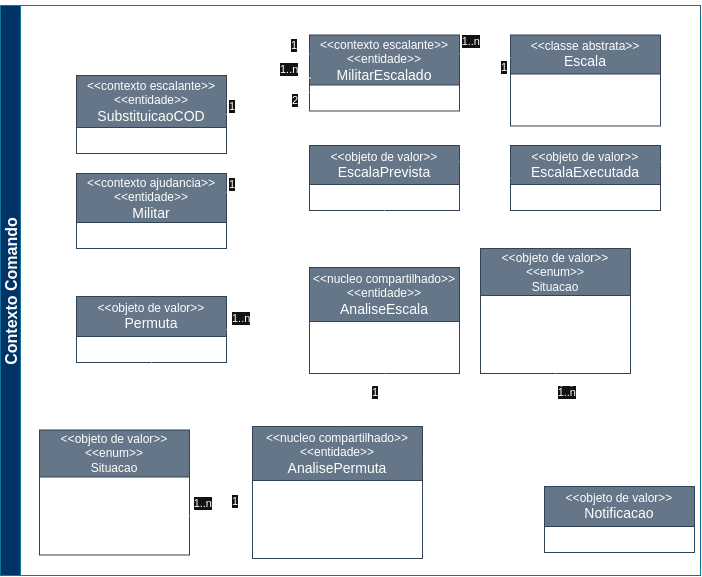
This is docs/diagramas/img/DiagramaUMLComando.png from joaoAaf/escalante-ddd, a draw.io export, as it was before one commit. Source tidied: cells renumbered, new cells last; positions are measured from the earlier drawing's top-left corner, leaving out a move shared by most shapes.
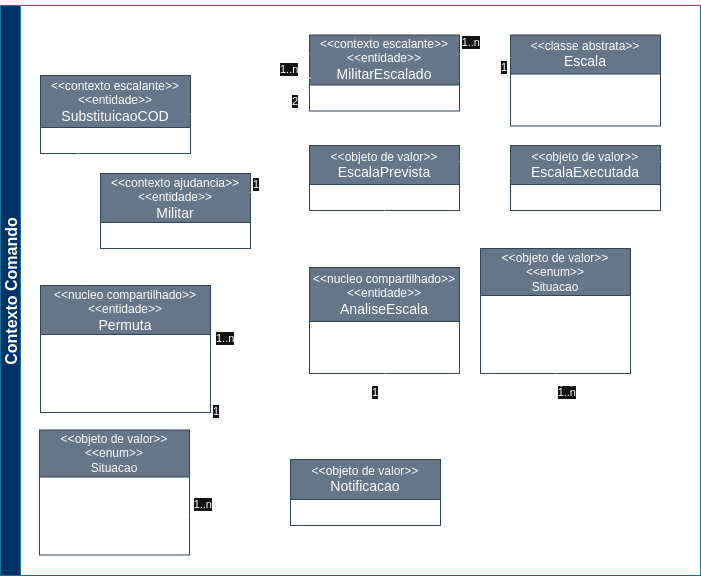
Above is the later version.

Diff of the diagram source:
```diff
@@ -8,13 +8,22 @@
     <mxCell id="3" value="&lt;div&gt;&amp;lt;&amp;lt;objeto de valor&amp;gt;&amp;gt;&lt;br&gt;&lt;font style=&quot;font-size: 14px;&quot;&gt;EscalaPrevista&lt;/font&gt;&lt;/div&gt;" style="swimlane;fontStyle=0;horizontal=1;startSize=39;fillColor=#647687;whiteSpace=wrap;html=1;fontColor=#ffffff;strokeColor=#314354;" parent="1" vertex="1">
       <mxGeometry x="309" y="140" width="150" height="65" as="geometry" />
     </mxCell>
-    <mxCell id="4" value="&lt;div&gt;&amp;lt;&amp;lt;objeto de valor&amp;gt;&amp;gt;&lt;br&gt;&lt;font style=&quot;font-size: 14px;&quot;&gt;Permuta&lt;/font&gt;&lt;/div&gt;" style="swimlane;fontStyle=0;horizontal=1;startSize=40;fillColor=#647687;whiteSpace=wrap;html=1;fontColor=#ffffff;strokeColor=#314354;" parent="1" vertex="1">
-      <mxGeometry x="76" y="291" width="150" height="66" as="geometry" />
+    <mxCell id="4" value="&lt;div&gt;&amp;lt;&amp;lt;nucleo compartilhado&amp;gt;&amp;gt;&lt;/div&gt;&amp;lt;&amp;lt;entidade&amp;gt;&amp;gt;&lt;br&gt;&lt;div&gt;&lt;font style=&quot;font-size: 14px;&quot;&gt;Permuta&lt;/font&gt;&lt;/div&gt;" style="swimlane;fontStyle=0;horizontal=1;startSize=49;fillColor=#647687;whiteSpace=wrap;html=1;fontColor=#ffffff;strokeColor=#314354;" parent="1" vertex="1">
+      <mxGeometry x="40" y="280" width="170" height="127" as="geometry" />
     </mxCell>
+    <mxCell id="10" value="- id: Long &amp;lt;&amp;lt;id&amp;gt;&amp;gt;" style="text;strokeColor=none;fillColor=none;align=left;verticalAlign=top;spacingLeft=4;spacingRight=4;overflow=hidden;whiteSpace=wrap;html=1;" parent="4" vertex="1">
+      <mxGeometry y="49" width="170" height="26" as="geometry" />
+    </mxCell>
+    <mxCell id="11" value="- situacaoMilitar: Situacao" style="text;strokeColor=none;fillColor=none;align=left;verticalAlign=top;spacingLeft=4;spacingRight=4;overflow=hidden;points=[[0,0.5],[1,0.5]];portConstraint=eastwest;whiteSpace=wrap;html=1;" parent="4" vertex="1">
+      <mxGeometry y="75" width="170" height="26" as="geometry" />
+    </mxCell>
+    <mxCell id="12" value="- situacaoComando: Situacao" style="text;strokeColor=none;fillColor=none;align=left;verticalAlign=top;spacingLeft=4;spacingRight=4;overflow=hidden;points=[[0,0.5],[1,0.5]];portConstraint=eastwest;whiteSpace=wrap;html=1;" parent="4" vertex="1">
+      <mxGeometry y="101" width="170" height="26" as="geometry" />
+    </mxCell>
     <mxCell id="5" style="endArrow=none;html=1;endSize=12;startArrow=none;startSize=14;startFill=0;edgeStyle=orthogonalEdgeStyle;rounded=0;exitX=1;exitY=0.5;exitDx=0;exitDy=0;entryX=0;entryY=0.75;entryDx=0;entryDy=0;" parent="1" edge="1" source="4" target="2">
       <mxGeometry relative="1" as="geometry">
         <Array as="points">
-          <mxPoint x="280" y="324" />
+          <mxPoint x="280" y="343" />
           <mxPoint x="280" y="87" />
           <mxPoint x="309" y="87" />
         </Array>
@@ -33,18 +42,6 @@
     <mxCell id="8" value="&lt;div&gt;&amp;lt;&amp;lt;objeto de valor&amp;gt;&amp;gt;&lt;br&gt;&lt;font style=&quot;font-size: 14px;&quot;&gt;EscalaExecutada&lt;/font&gt;&lt;/div&gt;" style="swimlane;fontStyle=0;horizontal=1;startSize=39;fillColor=#647687;whiteSpace=wrap;html=1;fontColor=#ffffff;strokeColor=#314354;" parent="1" vertex="1">
       <mxGeometry x="510" y="140" width="150" height="65" as="geometry" />
     </mxCell>
-    <mxCell id="9" value="&lt;div&gt;&lt;div&gt;&lt;div&gt;&lt;div&gt;&amp;lt;&amp;lt;nucleo compartilhado&amp;gt;&amp;gt;&lt;/div&gt;&lt;/div&gt;&lt;/div&gt;&lt;/div&gt;&lt;div&gt;&amp;lt;&amp;lt;entidade&amp;gt;&amp;gt;&lt;br&gt;&lt;font style=&quot;font-size: 14px;&quot;&gt;AnalisePermuta&lt;/font&gt;&lt;/div&gt;" style="swimlane;fontStyle=0;horizontal=1;startSize=54;fillColor=#647687;whiteSpace=wrap;html=1;fontColor=#ffffff;strokeColor=#314354;" parent="1" vertex="1">
-      <mxGeometry x="252" y="421" width="170" height="132" as="geometry" />
-    </mxCell>
-    <mxCell id="10" value="- id: Long &amp;lt;&amp;lt;id&amp;gt;&amp;gt;" style="text;strokeColor=none;fillColor=none;align=left;verticalAlign=top;spacingLeft=4;spacingRight=4;overflow=hidden;whiteSpace=wrap;html=1;" parent="9" vertex="1">
-      <mxGeometry y="54" width="170" height="26" as="geometry" />
-    </mxCell>
-    <mxCell id="11" value="- situacaoMilitar: Situacao" style="text;strokeColor=none;fillColor=none;align=left;verticalAlign=top;spacingLeft=4;spacingRight=4;overflow=hidden;points=[[0,0.5],[1,0.5]];portConstraint=eastwest;whiteSpace=wrap;html=1;" parent="9" vertex="1">
-      <mxGeometry y="80" width="170" height="26" as="geometry" />
-    </mxCell>
-    <mxCell id="12" value="- situacaoComando: Situacao" style="text;strokeColor=none;fillColor=none;align=left;verticalAlign=top;spacingLeft=4;spacingRight=4;overflow=hidden;points=[[0,0.5],[1,0.5]];portConstraint=eastwest;whiteSpace=wrap;html=1;" parent="9" vertex="1">
-      <mxGeometry y="106" width="170" height="26" as="geometry" />
-    </mxCell>
     <mxCell id="13" value="&amp;lt;&amp;lt;objeto de valor&amp;gt;&amp;gt;&lt;br&gt;&amp;lt;&amp;lt;enum&amp;gt;&amp;gt;&lt;br&gt;Situacao" style="swimlane;fontStyle=0;horizontal=1;startSize=47;fillColor=#647687;whiteSpace=wrap;html=1;fontColor=#ffffff;strokeColor=#314354;" parent="1" vertex="1">
       <mxGeometry x="39" y="424.5" width="150" height="125" as="geometry" />
     </mxCell>
@@ -57,12 +54,17 @@
     <mxCell id="16" value="&lt;div&gt;- AGUARDANDO: Enum&lt;/div&gt;" style="text;strokeColor=none;fillColor=none;align=left;verticalAlign=top;spacingLeft=4;spacingRight=4;overflow=hidden;whiteSpace=wrap;html=1;" parent="13" vertex="1">
       <mxGeometry y="99" width="150" height="26" as="geometry" />
     </mxCell>
-    <mxCell id="17" style="endArrow=none;html=1;endSize=12;startArrow=diamondThin;startSize=14;startFill=0;edgeStyle=orthogonalEdgeStyle;rounded=0;entryX=1;entryY=0.5;entryDx=0;entryDy=0;" parent="1" edge="1" source="9" target="15">
-      <mxGeometry relative="1" as="geometry" />
+    <mxCell id="17" style="endArrow=none;html=1;endSize=12;startArrow=diamondThin;startSize=14;startFill=0;edgeStyle=orthogonalEdgeStyle;rounded=0;entryX=1;entryY=0.5;entryDx=0;entryDy=0;exitX=1;exitY=0.5;exitDx=0;exitDy=0;" parent="1" edge="1" source="12" target="15">
+      <mxGeometry relative="1" as="geometry">
+        <Array as="points">
+          <mxPoint x="240" y="394" />
+          <mxPoint x="240" y="511" />
+        </Array>
+      </mxGeometry>
     </mxCell>
     <mxCell id="18" value="1" style="edgeLabel;html=1;align=left;verticalAlign=top;" parent="17" vertex="1">
       <mxGeometry x="-1" relative="1" as="geometry">
-        <mxPoint x="-22" y="-4" as="offset" />
+        <mxPoint x="1" y="-1" as="offset" />
       </mxGeometry>
     </mxCell>
     <mxCell id="19" value="&lt;div&gt;1..n&lt;/div&gt;" style="edgeLabel;html=1;align=right;verticalAlign=top;" parent="17" vertex="1">
@@ -70,11 +72,8 @@
         <mxPoint x="23" y="-25" as="offset" />
       </mxGeometry>
     </mxCell>
-    <mxCell id="20" style="endArrow=none;html=1;endSize=12;startArrow=diamondThin;startSize=14;startFill=1;edgeStyle=orthogonalEdgeStyle;rounded=0;exitX=0.5;exitY=0;exitDx=0;exitDy=0;" parent="1" edge="1" source="9" target="4">
-      <mxGeometry relative="1" as="geometry" />
-    </mxCell>
     <mxCell id="21" value="&lt;div&gt;&lt;div&gt;&amp;lt;&amp;lt;contexto ajudancia&amp;gt;&amp;gt;&lt;/div&gt;&lt;/div&gt;&amp;lt;&amp;lt;entidade&amp;gt;&amp;gt;&lt;br&gt;&lt;font style=&quot;font-size: 14px;&quot;&gt;Militar&lt;/font&gt;" style="swimlane;fontStyle=0;horizontal=1;startSize=49;fillColor=#647687;whiteSpace=wrap;html=1;fontColor=#ffffff;strokeColor=#314354;" parent="1" vertex="1">
-      <mxGeometry x="76" y="168" width="150" height="75" as="geometry" />
+      <mxGeometry x="100" y="168" width="150" height="75" as="geometry" />
     </mxCell>
     <mxCell id="22" value="&lt;div&gt;&lt;div&gt;&lt;div&gt;&lt;div&gt;&amp;lt;&amp;lt;nucleo compartilhado&amp;gt;&amp;gt;&lt;/div&gt;&lt;/div&gt;&lt;/div&gt;&lt;/div&gt;&lt;div&gt;&amp;lt;&amp;lt;entidade&amp;gt;&amp;gt;&lt;br&gt;&lt;font style=&quot;font-size: 14px;&quot;&gt;AnaliseEscala&lt;/font&gt;&lt;/div&gt;" style="swimlane;fontStyle=0;horizontal=1;startSize=54;fillColor=#647687;whiteSpace=wrap;html=1;fontColor=#ffffff;strokeColor=#314354;" parent="1" vertex="1">
       <mxGeometry x="309" y="262" width="150" height="106" as="geometry" />
@@ -118,14 +117,6 @@
         <mxPoint x="21" y="6" as="offset" />
       </mxGeometry>
     </mxCell>
-    <mxCell id="33" style="endArrow=none;html=1;endSize=12;startArrow=open;startSize=14;startFill=0;edgeStyle=orthogonalEdgeStyle;rounded=0;entryX=1;entryY=0.75;entryDx=0;entryDy=0;dashed=1;exitX=1;exitY=0.25;exitDx=0;exitDy=0;" parent="1" edge="1" source="9" target="8">
-      <mxGeometry relative="1" as="geometry">
-        <Array as="points">
-          <mxPoint x="670" y="454" />
-          <mxPoint x="670" y="189" />
-        </Array>
-      </mxGeometry>
-    </mxCell>
     <mxCell id="34" value="&lt;div&gt;&amp;lt;&amp;lt;classe abstrata&amp;gt;&amp;gt;&lt;/div&gt;&lt;div&gt;&lt;font style=&quot;font-size: 14px;&quot;&gt;Escala&lt;/font&gt;&lt;/div&gt;" style="swimlane;fontStyle=0;horizontal=1;startSize=39;fillColor=#647687;whiteSpace=wrap;html=1;fontColor=#ffffff;strokeColor=#314354;" parent="1" vertex="1">
       <mxGeometry x="510" y="29.5" width="150" height="91" as="geometry" />
     </mxCell>
@@ -157,12 +148,17 @@
       </mxGeometry>
     </mxCell>
     <mxCell id="41" value="&lt;div&gt;&amp;lt;&amp;lt;objeto de valor&amp;gt;&amp;gt;&lt;br&gt;&lt;font style=&quot;font-size: 14px;&quot;&gt;Notificacao&lt;/font&gt;&lt;/div&gt;" style="swimlane;fontStyle=0;horizontal=1;startSize=40;fillColor=#647687;whiteSpace=wrap;html=1;fontColor=#ffffff;strokeColor=#314354;" parent="1" vertex="1">
-      <mxGeometry x="544" y="481" width="150" height="66" as="geometry" />
+      <mxGeometry x="290" y="454" width="150" height="66" as="geometry" />
     </mxCell>
     <mxCell id="42" style="endArrow=none;html=1;endSize=12;startArrow=open;startSize=14;startFill=0;edgeStyle=orthogonalEdgeStyle;rounded=0;entryX=0;entryY=0.5;entryDx=0;entryDy=0;dashed=1;exitX=1;exitY=0.5;exitDx=0;exitDy=0;" parent="1" edge="1" source="11" target="41">
-      <mxGeometry relative="1" as="geometry" />
+      <mxGeometry relative="1" as="geometry">
+        <Array as="points">
+          <mxPoint x="260" y="368" />
+          <mxPoint x="260" y="487" />
+        </Array>
+      </mxGeometry>
     </mxCell>
-    <mxCell id="43" value="Contexto Comando" style="swimlane;startSize=20;horizontal=0;horizontalTree=1;sortEdges=1;containerType=tree;fontSize=16;fillColor=#003366;strokeColor=#10739e;fillStyle=auto;" parent="1" vertex="1">
+    <mxCell id="43" value="Contexto Comando" style="swimlane;startSize=20;horizontal=0;horizontalTree=1;sortEdges=1;containerType=tree;fontSize=16;fillColor=#003366;strokeColor=#10739e;fillStyle=auto;fontColor=#FFFFFF;" parent="1" vertex="1">
       <mxGeometry width="700" height="570" as="geometry" />
     </mxCell>
     <mxCell id="44" style="endArrow=none;dashed=1;html=1;dashPattern=1 4;strokeWidth=2;rounded=0;" parent="1" edge="1">
@@ -192,19 +188,19 @@
     <mxCell id="48" style="endArrow=none;dashed=1;html=1;dashPattern=1 4;strokeWidth=2;rounded=0;" parent="1" edge="1">
       <mxGeometry relative="1" as="geometry">
         <mxPoint x="30" y="560" as="sourcePoint" />
-        <mxPoint x="30" y="271" as="targetPoint" />
+        <mxPoint x="30" y="260" as="targetPoint" />
       </mxGeometry>
     </mxCell>
     <mxCell id="49" style="endArrow=none;dashed=1;html=1;dashPattern=1 4;strokeWidth=2;rounded=0;" parent="1" edge="1">
       <mxGeometry relative="1" as="geometry">
-        <mxPoint x="270" y="280" as="sourcePoint" />
-        <mxPoint x="21" y="280" as="targetPoint" />
+        <mxPoint x="270" y="262" as="sourcePoint" />
+        <mxPoint x="21" y="262" as="targetPoint" />
       </mxGeometry>
     </mxCell>
     <mxCell id="50" style="endArrow=none;dashed=1;html=1;dashPattern=1 4;strokeWidth=2;rounded=0;" parent="1" edge="1">
       <mxGeometry relative="1" as="geometry">
         <mxPoint x="270" y="400" as="sourcePoint" />
-        <mxPoint x="270" y="271" as="targetPoint" />
+        <mxPoint x="270" y="260" as="targetPoint" />
       </mxGeometry>
     </mxCell>
     <mxCell id="51" style="endArrow=none;dashed=1;html=1;dashPattern=1 4;strokeWidth=2;rounded=0;" parent="1" edge="1">
@@ -250,10 +246,15 @@
       </mxGeometry>
     </mxCell>
     <mxCell id="58" value="&lt;div&gt;&lt;div&gt;&amp;lt;&amp;lt;contexto escalante&amp;gt;&amp;gt;&lt;/div&gt;&lt;div&gt;&lt;/div&gt;&lt;div&gt;&amp;lt;&amp;lt;entidade&amp;gt;&amp;gt;&lt;/div&gt;&lt;div&gt;&lt;span style=&quot;font-size: 14px;&quot;&gt;SubstituicaoCOD&lt;/span&gt;&lt;/div&gt;&lt;/div&gt;" style="swimlane;fontStyle=0;horizontal=1;startSize=52;fillColor=#647687;whiteSpace=wrap;html=1;fontColor=#ffffff;strokeColor=#314354;" parent="1" vertex="1">
-      <mxGeometry x="76" y="70" width="150" height="78" as="geometry" />
+      <mxGeometry x="40" y="70" width="150" height="78" as="geometry" />
     </mxCell>
     <mxCell id="59" style="endArrow=none;html=1;endSize=12;startArrow=none;startSize=14;startFill=0;edgeStyle=orthogonalEdgeStyle;rounded=0;exitX=0.008;exitY=0.567;exitDx=0;exitDy=0;entryX=1;entryY=0.25;entryDx=0;entryDy=0;exitPerimeter=0;" parent="1" edge="1" source="2" target="21">
-      <mxGeometry relative="1" as="geometry" />
+      <mxGeometry relative="1" as="geometry">
+        <Array as="points">
+          <mxPoint x="270" y="73" />
+          <mxPoint x="270" y="187" />
+        </Array>
+      </mxGeometry>
     </mxCell>
     <mxCell id="60" value="&lt;span style=&quot;text-align: right;&quot;&gt;1..n&lt;/span&gt;" style="edgeLabel;html=1;align=left;verticalAlign=top;" parent="59" vertex="1">
       <mxGeometry x="-1" relative="1" as="geometry">
@@ -273,16 +274,6 @@
         </Array>
       </mxGeometry>
     </mxCell>
-    <mxCell id="63" value="&lt;span style=&quot;text-align: right;&quot;&gt;1&lt;/span&gt;" style="edgeLabel;html=1;align=left;verticalAlign=top;" parent="62" vertex="1">
-      <mxGeometry x="-1" relative="1" as="geometry">
-        <mxPoint x="-20" y="-22" as="offset" />
-      </mxGeometry>
-    </mxCell>
-    <mxCell id="64" value="&lt;div&gt;1&lt;/div&gt;" style="edgeLabel;html=1;align=right;verticalAlign=top;" parent="62" vertex="1">
-      <mxGeometry x="1" relative="1" as="geometry">
-        <mxPoint x="9" y="-21" as="offset" />
-      </mxGeometry>
-    </mxCell>
     <mxCell id="65" style="endArrow=block;html=1;endSize=12;startArrow=none;startSize=14;startFill=0;edgeStyle=orthogonalEdgeStyle;rounded=0;endFill=0;exitX=0;exitY=0.5;exitDx=0;exitDy=0;entryX=0;entryY=0.5;entryDx=0;entryDy=0;" parent="1" edge="1" source="8" target="36">
       <mxGeometry relative="1" as="geometry">
         <Array as="points">
@@ -295,11 +286,14 @@
     <mxCell id="66" style="endArrow=none;html=1;endSize=12;startArrow=open;startSize=14;startFill=0;edgeStyle=orthogonalEdgeStyle;rounded=0;entryX=1;entryY=0.25;entryDx=0;entryDy=0;dashed=1;exitX=0.5;exitY=0;exitDx=0;exitDy=0;" parent="1" edge="1" source="58" target="8">
       <mxGeometry relative="1" as="geometry">
         <Array as="points">
-          <mxPoint x="151" y="10" />
+          <mxPoint x="115" y="10" />
           <mxPoint x="670" y="10" />
           <mxPoint x="670" y="156" />
         </Array>
       </mxGeometry>
     </mxCell>
+    <mxCell id="67" style="endArrow=none;html=1;endSize=12;startArrow=open;startSize=14;startFill=0;edgeStyle=orthogonalEdgeStyle;rounded=0;exitX=0.25;exitY=0;exitDx=0;exitDy=0;entryX=0.25;entryY=1;entryDx=0;entryDy=0;dashed=1;" parent="1" edge="1" source="4" target="58">
+      <mxGeometry relative="1" as="geometry" />
+    </mxCell>
   </root>
 </mxGraphModel>
```
